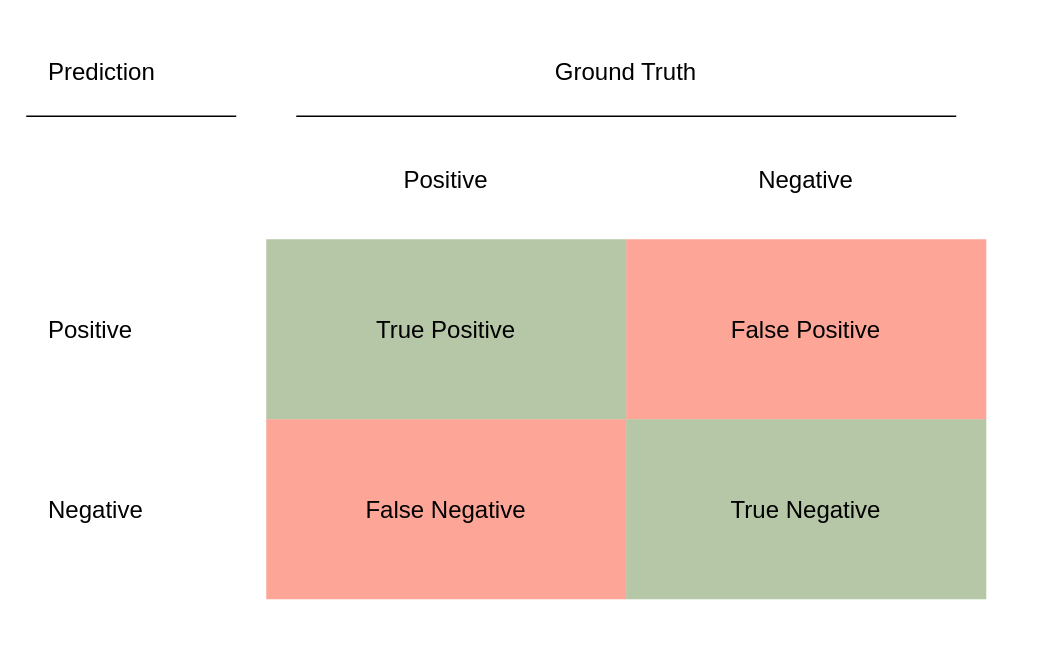
Before: thesis/images/drawio/binary-confusion-matrix.drawio in felixbiessmann/MLFD, a draw.io diagram. Source tidied: cells renumbered, new cells numbered last; positions are measured from the earlier drawing's top-left corner, leaving out a move shared by most shapes. Both pictures are drawn from the tidied source at 150%, with x=0, y=0 at pixel (26, 26).
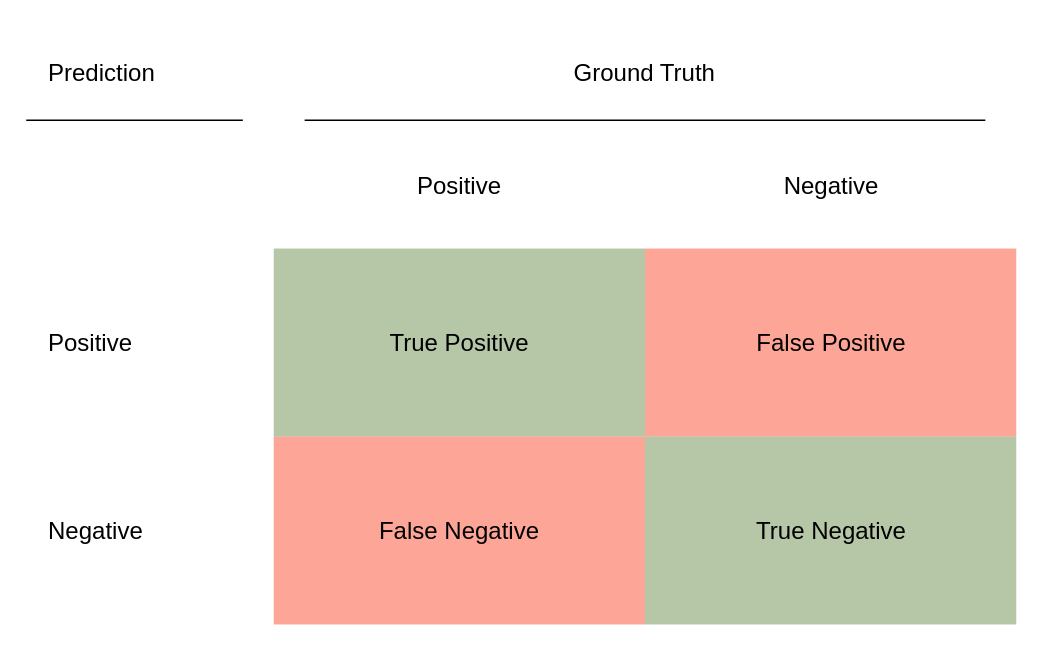
The same page after the edit.

What changed in the source:
```diff
@@
+    <mxCell id="14" style="group;" parent="1" vertex="1">
+      <mxGeometry width="660" height="400" as="geometry" />
+    </mxCell>
+    <mxCell id="15" style="group;" parent="14" vertex="1">
+      <mxGeometry width="660" height="400" as="geometry" />
+    </mxCell>
+    <mxCell id="16" style="group;" parent="15" vertex="1">
+      <mxGeometry width="660" height="398.8" as="geometry" />
+    </mxCell>
+    <mxCell id="17" style="group;" parent="16" vertex="1">
+      <mxGeometry width="660" height="398.8" as="geometry" />
+    </mxCell>
-    <mxCell id="2" value="False Positive" style="whiteSpace=wrap;html=1;shadow=0;glass=0;labelBackgroundColor=none;strokeColor=none;strokeWidth=1;fillColor=#fc4f30;gradientColor=none;fontFamily=Palatino;fontSize=16;fontColor=#000000;align=center;opacity=50;verticalAlign=middle;spacing=15;" parent="1" vertex="1">
-      <mxGeometry x="400" y="142" width="240" height="120" as="geometry" />
+    <mxCell id="2" value="False Positive" style="whiteSpace=wrap;html=1;shadow=0;glass=0;labelBackgroundColor=none;strokeColor=none;strokeWidth=1;fillColor=#fc4f30;gradientColor=none;fontFamily=Palatino;fontSize=16;fontColor=#000000;align=center;opacity=50;verticalAlign=middle;spacing=15;" parent="17" vertex="1">
+      <mxGeometry x="412.5" y="148.2" width="247.5" height="125.3" as="geometry" />
     </mxCell>
-    <mxCell id="3" value="True Positive" style="whiteSpace=wrap;html=1;shadow=0;glass=0;labelBackgroundColor=none;strokeColor=none;strokeWidth=1;fillColor=#6D904F;gradientColor=none;fontFamily=Palatino;fontSize=16;fontColor=#000000;align=center;opacity=50;verticalAlign=middle;spacingBottom=0;spacing=15;" parent="1" vertex="1">
-      <mxGeometry x="160" y="142" width="240" height="120" as="geometry" />
+    <mxCell id="3" value="True Positive" style="whiteSpace=wrap;html=1;shadow=0;glass=0;labelBackgroundColor=none;strokeColor=none;strokeWidth=1;fillColor=#6D904F;gradientColor=none;fontFamily=Palatino;fontSize=16;fontColor=#000000;align=center;opacity=50;verticalAlign=middle;spacingBottom=0;spacing=15;" parent="17" vertex="1">
+      <mxGeometry x="165" y="148.2" width="247.5" height="125.3" as="geometry" />
     </mxCell>
-    <mxCell id="4" value="False Negative" style="whiteSpace=wrap;html=1;shadow=0;glass=0;labelBackgroundColor=none;strokeColor=none;strokeWidth=1;fillColor=#fc4f30;gradientColor=none;fontFamily=Palatino;fontSize=16;fontColor=#000000;align=center;opacity=50;verticalAlign=middle;spacing=15;" parent="1" vertex="1">
-      <mxGeometry x="160" y="262" width="240" height="120" as="geometry" />
+    <mxCell id="4" value="False Negative" style="whiteSpace=wrap;html=1;shadow=0;glass=0;labelBackgroundColor=none;strokeColor=none;strokeWidth=1;fillColor=#fc4f30;gradientColor=none;fontFamily=Palatino;fontSize=16;fontColor=#000000;align=center;opacity=50;verticalAlign=middle;spacing=15;" parent="17" vertex="1">
+      <mxGeometry x="165" y="273.5" width="247.5" height="125.3" as="geometry" />
     </mxCell>
-    <mxCell id="5" value="True Negative" style="whiteSpace=wrap;html=1;shadow=0;glass=0;labelBackgroundColor=none;strokeColor=none;strokeWidth=1;fillColor=#6D904F;gradientColor=none;fontFamily=Palatino;fontSize=16;fontColor=#000000;align=center;opacity=50;verticalAlign=middle;spacingBottom=0;spacing=15;" parent="1" vertex="1">
-      <mxGeometry x="400" y="262" width="240" height="120" as="geometry" />
+    <mxCell id="5" value="True Negative" style="whiteSpace=wrap;html=1;shadow=0;glass=0;labelBackgroundColor=none;strokeColor=none;strokeWidth=1;fillColor=#6D904F;gradientColor=none;fontFamily=Palatino;fontSize=16;fontColor=#000000;align=center;opacity=50;verticalAlign=middle;spacingBottom=0;spacing=15;" parent="17" vertex="1">
+      <mxGeometry x="412.5" y="273.5" width="247.5" height="125.3" as="geometry" />
     </mxCell>
-    <mxCell id="6" value="Negative" style="whiteSpace=wrap;html=1;shadow=0;glass=0;labelBackgroundColor=none;strokeColor=none;strokeWidth=1;fillColor=none;gradientColor=none;fontFamily=Palatino;fontSize=16;fontColor=#000000;align=center;opacity=50;verticalAlign=middle;spacing=15;" parent="1" vertex="1">
-      <mxGeometry x="400" y="62" width="240" height="80" as="geometry" />
+    <mxCell id="6" value="Negative" style="whiteSpace=wrap;html=1;shadow=0;glass=0;labelBackgroundColor=none;strokeColor=none;strokeWidth=1;fillColor=none;gradientColor=none;fontFamily=Palatino;fontSize=16;fontColor=#000000;align=center;opacity=50;verticalAlign=middle;spacing=15;" parent="17" vertex="1">
+      <mxGeometry x="412.5" y="64.7" width="247.5" height="83.5" as="geometry" />
     </mxCell>
-    <mxCell id="7" value="Positive" style="whiteSpace=wrap;html=1;shadow=0;glass=0;labelBackgroundColor=none;strokeColor=none;strokeWidth=1;fillColor=none;gradientColor=none;fontFamily=Palatino;fontSize=16;fontColor=#000000;align=center;opacity=50;verticalAlign=middle;spacing=15;" parent="1" vertex="1">
-      <mxGeometry x="160" y="62" width="240" height="80" as="geometry" />
+    <mxCell id="7" value="Positive" style="whiteSpace=wrap;html=1;shadow=0;glass=0;labelBackgroundColor=none;strokeColor=none;strokeWidth=1;fillColor=none;gradientColor=none;fontFamily=Palatino;fontSize=16;fontColor=#000000;align=center;opacity=50;verticalAlign=middle;spacing=15;" parent="17" vertex="1">
+      <mxGeometry x="165" y="64.7" width="247.5" height="83.5" as="geometry" />
     </mxCell>
-    <mxCell id="8" value="Positive" style="whiteSpace=wrap;html=1;shadow=0;glass=0;labelBackgroundColor=none;strokeColor=none;strokeWidth=1;fillColor=none;gradientColor=none;fontFamily=Palatino;fontSize=16;fontColor=#000000;align=left;opacity=50;verticalAlign=middle;spacingBottom=0;spacing=15;horizontal=1;" parent="1" vertex="1">
-      <mxGeometry y="142" width="160" height="120" as="geometry" />
+    <mxCell id="8" value="Positive" style="whiteSpace=wrap;html=1;shadow=0;glass=0;labelBackgroundColor=none;strokeColor=none;strokeWidth=1;fillColor=none;gradientColor=none;fontFamily=Palatino;fontSize=16;fontColor=#000000;align=left;opacity=50;verticalAlign=middle;spacingBottom=0;spacing=15;horizontal=1;" parent="17" vertex="1">
+      <mxGeometry y="148.2" width="165" height="125.3" as="geometry" />
     </mxCell>
-    <mxCell id="9" value="Negative" style="whiteSpace=wrap;html=1;shadow=0;glass=0;labelBackgroundColor=none;strokeColor=none;strokeWidth=1;fillColor=none;gradientColor=none;fontFamily=Palatino;fontSize=16;fontColor=#000000;align=left;opacity=50;verticalAlign=middle;spacingBottom=0;spacing=15;horizontal=1;" parent="1" vertex="1">
-      <mxGeometry y="262" width="160" height="120" as="geometry" />
+    <mxCell id="9" value="Negative" style="whiteSpace=wrap;html=1;shadow=0;glass=0;labelBackgroundColor=none;strokeColor=none;strokeWidth=1;fillColor=none;gradientColor=none;fontFamily=Palatino;fontSize=16;fontColor=#000000;align=left;opacity=50;verticalAlign=middle;spacingBottom=0;spacing=15;horizontal=1;" parent="17" vertex="1">
+      <mxGeometry y="273.5" width="165" height="125.3" as="geometry" />
     </mxCell>
-    <mxCell id="10" value="Ground Truth" style="whiteSpace=wrap;html=1;shadow=0;glass=0;labelBackgroundColor=none;strokeColor=none;strokeWidth=1;fillColor=none;gradientColor=none;fontFamily=Palatino;fontSize=16;fontColor=#000000;align=center;opacity=50;verticalAlign=middle;spacing=15;perimeterSpacing=0;labelBorderColor=none;" parent="1" vertex="1">
-      <mxGeometry x="160" width="480" height="60" as="geometry" />
+    <mxCell id="10" value="Ground Truth" style="whiteSpace=wrap;html=1;shadow=0;glass=0;labelBackgroundColor=none;strokeColor=none;strokeWidth=1;fillColor=none;gradientColor=none;fontFamily=Palatino;fontSize=16;fontColor=#000000;align=center;opacity=50;verticalAlign=middle;spacing=15;perimeterSpacing=0;labelBorderColor=none;" parent="17" vertex="1">
+      <mxGeometry x="165" width="495" height="62.6" as="geometry" />
     </mxCell>
-    <mxCell id="11" style="endArrow=none;html=1;" parent="1" edge="1">
+    <mxCell id="11" style="endArrow=none;html=1;" parent="17" edge="1">
       <mxGeometry relative="1" as="geometry">
-        <mxPoint x="180" y="60" as="sourcePoint" />
-        <mxPoint x="620" y="60" as="targetPoint" />
+        <mxPoint x="185.6" y="62.6" as="sourcePoint" />
+        <mxPoint x="639.4" y="62.6" as="targetPoint" />
         <Array as="points">
-          <mxPoint x="310" y="60" />
+          <mxPoint x="319.7" y="62.6" />
         </Array>
       </mxGeometry>
     </mxCell>
-    <mxCell id="12" value="Prediction" style="whiteSpace=wrap;html=1;shadow=0;glass=0;labelBackgroundColor=none;strokeColor=none;strokeWidth=1;fillColor=none;gradientColor=none;fontFamily=Palatino;fontSize=16;fontColor=#000000;align=left;opacity=50;verticalAlign=middle;spacing=15;" parent="1" vertex="1">
-      <mxGeometry width="160" height="60" as="geometry" />
+    <mxCell id="12" value="Prediction" style="whiteSpace=wrap;html=1;shadow=0;glass=0;labelBackgroundColor=none;strokeColor=none;strokeWidth=1;fillColor=none;gradientColor=none;fontFamily=Palatino;fontSize=16;fontColor=#000000;align=left;opacity=50;verticalAlign=middle;spacing=15;" parent="17" vertex="1">
+      <mxGeometry width="165" height="62.6" as="geometry" />
     </mxCell>
-    <mxCell id="13" style="endArrow=none;html=1;" parent="1" edge="1">
+    <mxCell id="13" style="endArrow=none;html=1;" parent="17" edge="1">
       <mxGeometry relative="1" as="geometry">
-        <mxPoint y="60" as="sourcePoint" />
-        <mxPoint x="140" y="60" as="targetPoint" />
+        <mxPoint y="62.6" as="sourcePoint" />
+        <mxPoint x="144.4" y="62.6" as="targetPoint" />
       </mxGeometry>
     </mxCell>
```
